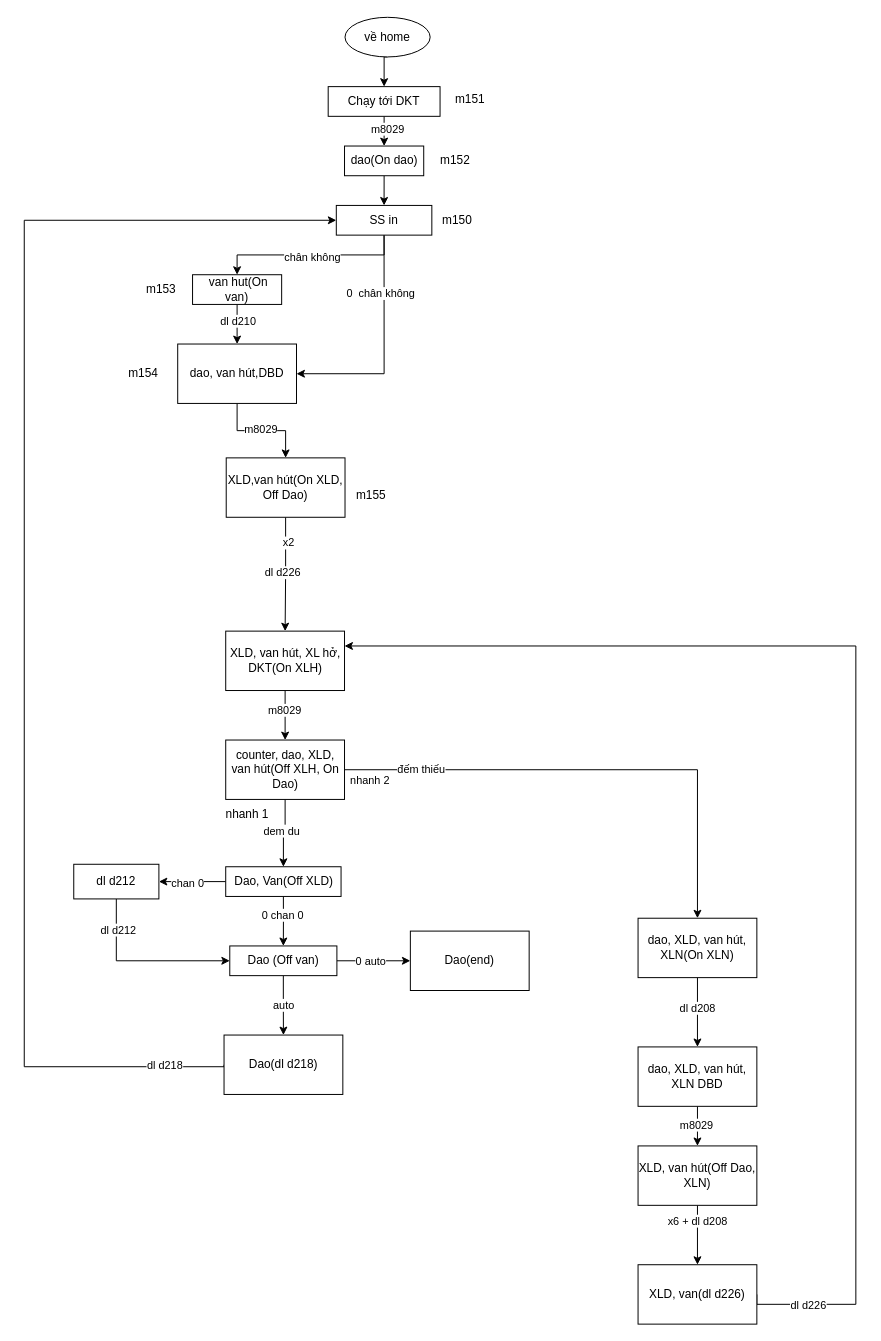
Above: trai muc sau.drawio in robowindgit/a0-quyencun (draw.io), before the change. Source tidied: cells renumbered, new cells numbered last; positions are measured from the earlier drawing's top-left corner, leaving out a move shared by most shapes. Both pictures are drawn from the tidied source at 99%, with x=0, y=0 at pixel (24, 17).
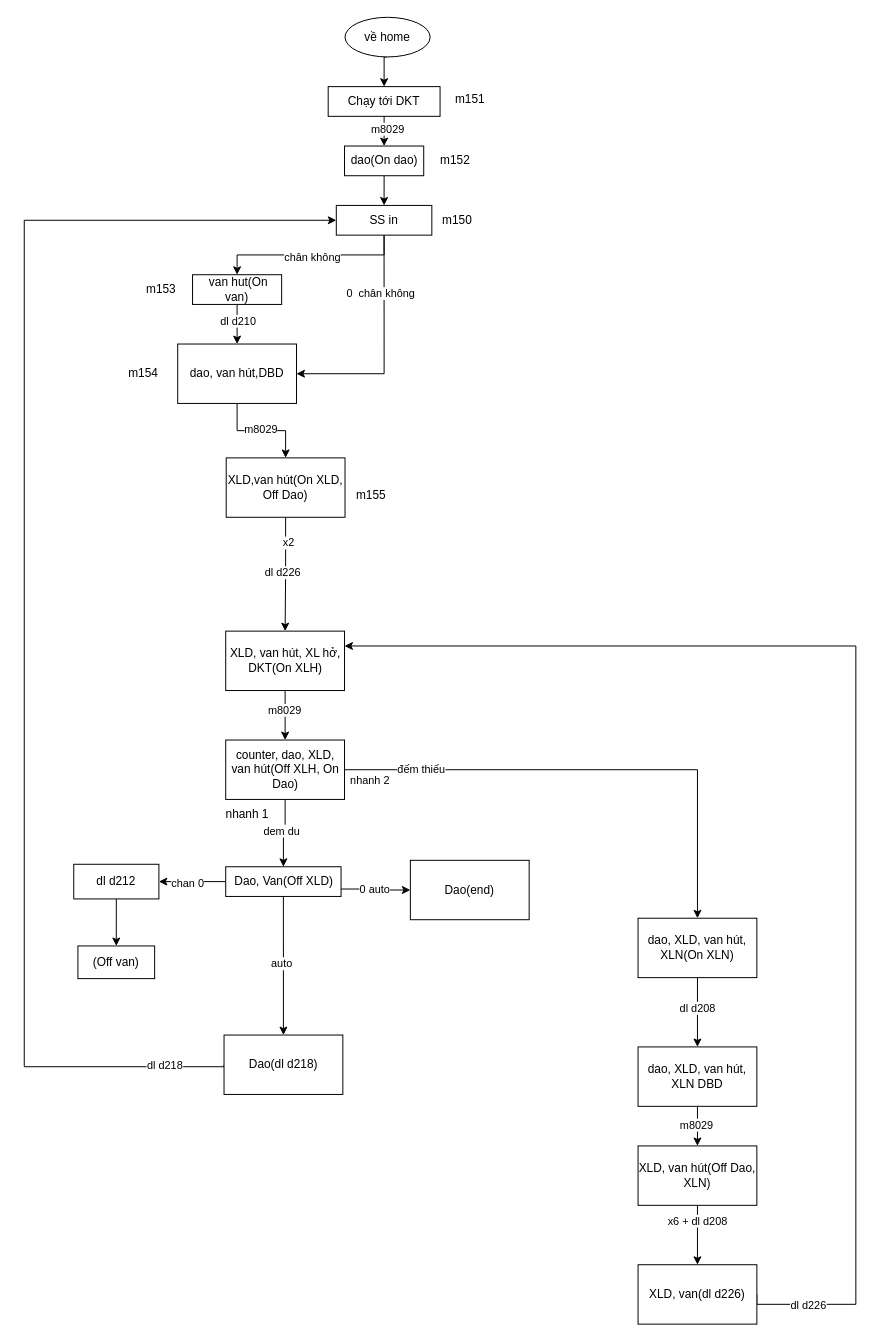
After the change.

Commit message:
Cập nhật trai muc sau.drawio

Unchanged cells that the change refers to:
```xml
<mxCell id="47" value="Dao(dl d218)" style="whiteSpace=wrap;html=1;" parent="1" vertex="1">
  <mxGeometry x="201.8" y="1028" width="120" height="60" as="geometry" />
</mxCell>
<mxCell id="59" value="Dao, Van(Off XLD)" style="whiteSpace=wrap;html=1;" parent="1" vertex="1">
  <mxGeometry x="203.5" y="858" width="116.5" height="30" as="geometry" />
</mxCell>
<mxCell id="62" value="dl d212" style="whiteSpace=wrap;html=1;" parent="1" vertex="1">
  <mxGeometry x="50" y="855.5" width="86" height="35" as="geometry" />
</mxCell>
```

What changed in the source:
```diff
@@
     <mxCell id="48" value="Dao(end)" style="whiteSpace=wrap;html=1;" parent="1" vertex="1">
-      <mxGeometry x="390" y="923" width="120" height="60" as="geometry" />
+      <mxGeometry x="390" y="851.5" width="120" height="60" as="geometry" />
     </mxCell>
@@
-    <mxCell id="57" style="edgeStyle=orthogonalEdgeStyle;rounded=0;jettySize=auto;html=1;exitX=0.5;exitY=1;exitDx=0;exitDy=0;entryX=0.5;entryY=0;entryDx=0;entryDy=0;" parent="1" edge="1" source="59" target="67">
-      <mxGeometry relative="1" as="geometry" />
-    </mxCell>
-    <mxCell id="58" value="0 chan 0" style="edgeLabel;html=1;align=center;verticalAlign=middle;" parent="57" vertex="1">
-      <mxGeometry x="-0.27" y="-1" relative="1" as="geometry" />
-    </mxCell>
+    <mxCell id="69" style="edgeStyle=orthogonalEdgeStyle;rounded=0;jettySize=auto;html=1;exitX=0.5;exitY=1;exitDx=0;exitDy=0;entryX=0.5;entryY=0;entryDx=0;entryDy=0;" parent="1" edge="1" source="59" target="47">
+      <mxGeometry relative="1" as="geometry" />
+    </mxCell>
+    <mxCell id="64" value="auto" style="edgeLabel;html=1;align=center;verticalAlign=middle;" parent="69" vertex="1">
+      <mxGeometry x="-0.05" y="-2" relative="1" as="geometry" />
+    </mxCell>
@@
-    <mxCell id="60" style="edgeStyle=orthogonalEdgeStyle;rounded=0;jettySize=auto;html=1;exitX=0.5;exitY=1;exitDx=0;exitDy=0;entryX=0;entryY=0.5;entryDx=0;entryDy=0;" parent="1" edge="1" source="62" target="67">
-      <mxGeometry relative="1" as="geometry" />
-    </mxCell>
-    <mxCell id="61" value="dl d212" style="edgeLabel;html=1;align=center;verticalAlign=middle;" parent="60" vertex="1">
-      <mxGeometry x="-0.65" y="1" relative="1" as="geometry" />
-    </mxCell>
+    <mxCell id="70" style="edgeStyle=orthogonalEdgeStyle;rounded=0;jettySize=auto;html=1;exitX=0.5;exitY=1;exitDx=0;exitDy=0;entryX=0.5;entryY=0;entryDx=0;entryDy=0;" parent="1" edge="1" source="62" target="71">
+      <mxGeometry relative="1" as="geometry" />
+    </mxCell>
@@
-    <mxCell id="63" style="edgeStyle=orthogonalEdgeStyle;rounded=0;jettySize=auto;html=1;exitX=0.5;exitY=1;exitDx=0;exitDy=0;entryX=0.5;entryY=0;entryDx=0;entryDy=0;" parent="1" edge="1" source="67" target="47">
-      <mxGeometry relative="1" as="geometry" />
-    </mxCell>
-    <mxCell id="64" value="auto" style="edgeLabel;html=1;align=center;verticalAlign=middle;" parent="63" vertex="1">
-      <mxGeometry x="-0.05" relative="1" as="geometry" />
-    </mxCell>
-    <mxCell id="65" style="edgeStyle=orthogonalEdgeStyle;rounded=0;jettySize=auto;html=1;exitX=1;exitY=0.5;exitDx=0;exitDy=0;entryX=0;entryY=0.5;entryDx=0;entryDy=0;" parent="1" edge="1" source="67" target="48">
+    <mxCell id="65" style="edgeStyle=orthogonalEdgeStyle;rounded=0;jettySize=auto;html=1;exitX=1;exitY=0.75;exitDx=0;exitDy=0;entryX=0;entryY=0.5;entryDx=0;entryDy=0;" parent="1" edge="1" source="59" target="48">
       <mxGeometry relative="1" as="geometry" />
     </mxCell>
@@
-    <mxCell id="67" value="Dao (Off van)" style="whiteSpace=wrap;html=1;" parent="1" vertex="1">
-      <mxGeometry x="207.6" y="938" width="108.2" height="30" as="geometry" />
-    </mxCell>
@@
+    <mxCell id="71" value="(Off van)" style="whiteSpace=wrap;html=1;" parent="1" vertex="1">
+      <mxGeometry x="54.2" y="938" width="77.5" height="33" as="geometry" />
+    </mxCell>
```
